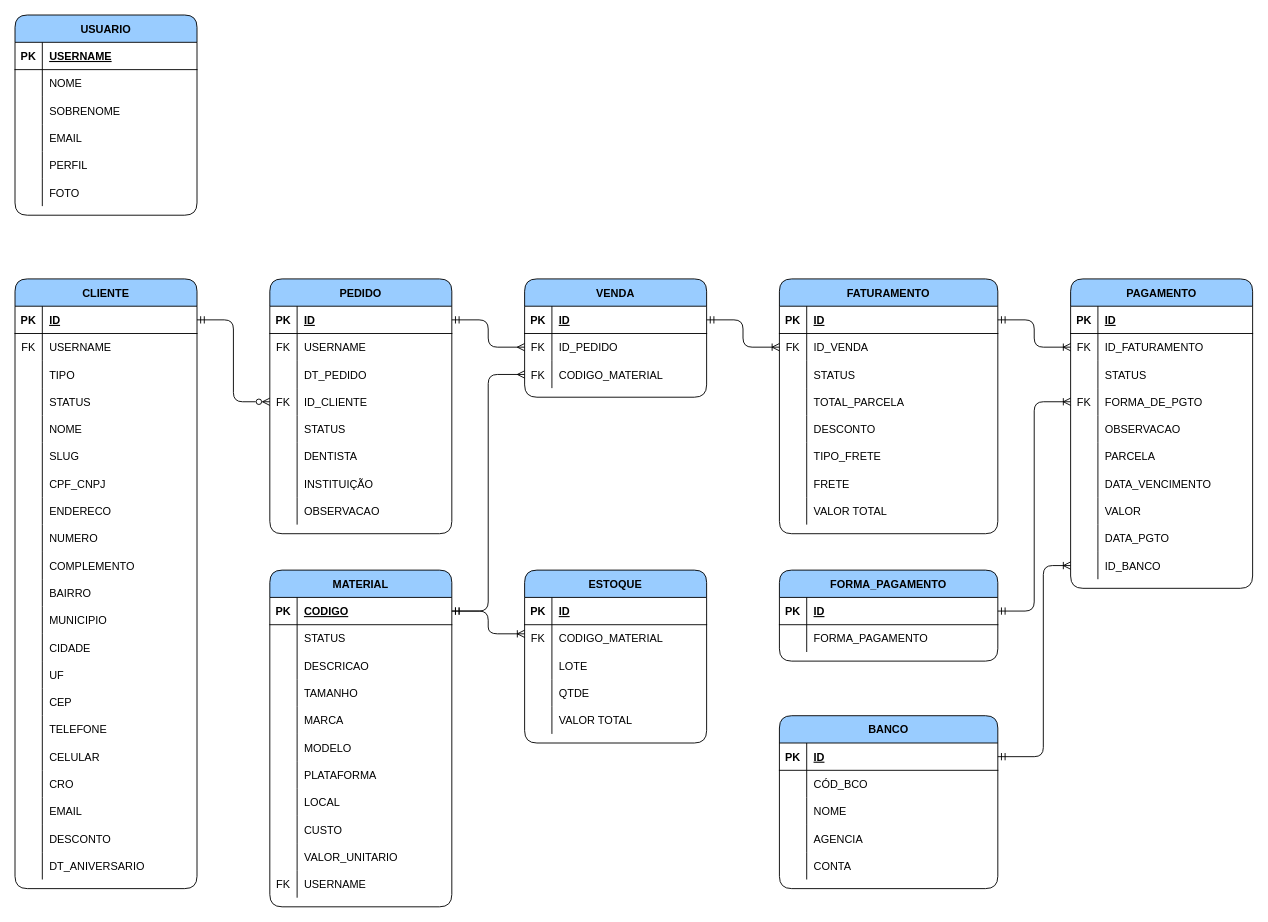
This is page "Entidade de Relacionamento" (3 of 3) of concept/concept.drawio from RenanMatias/macedo-implant-solutions, a draw.io file, before an edit. Source tidied: cells renumbered, new cells numbered last; positions are measured from the earlier drawing's top-left corner, leaving out a move shared by most shapes. Both pictures are drawn from the tidied source at 91%, with x=0, y=0 at pixel (15, 15).
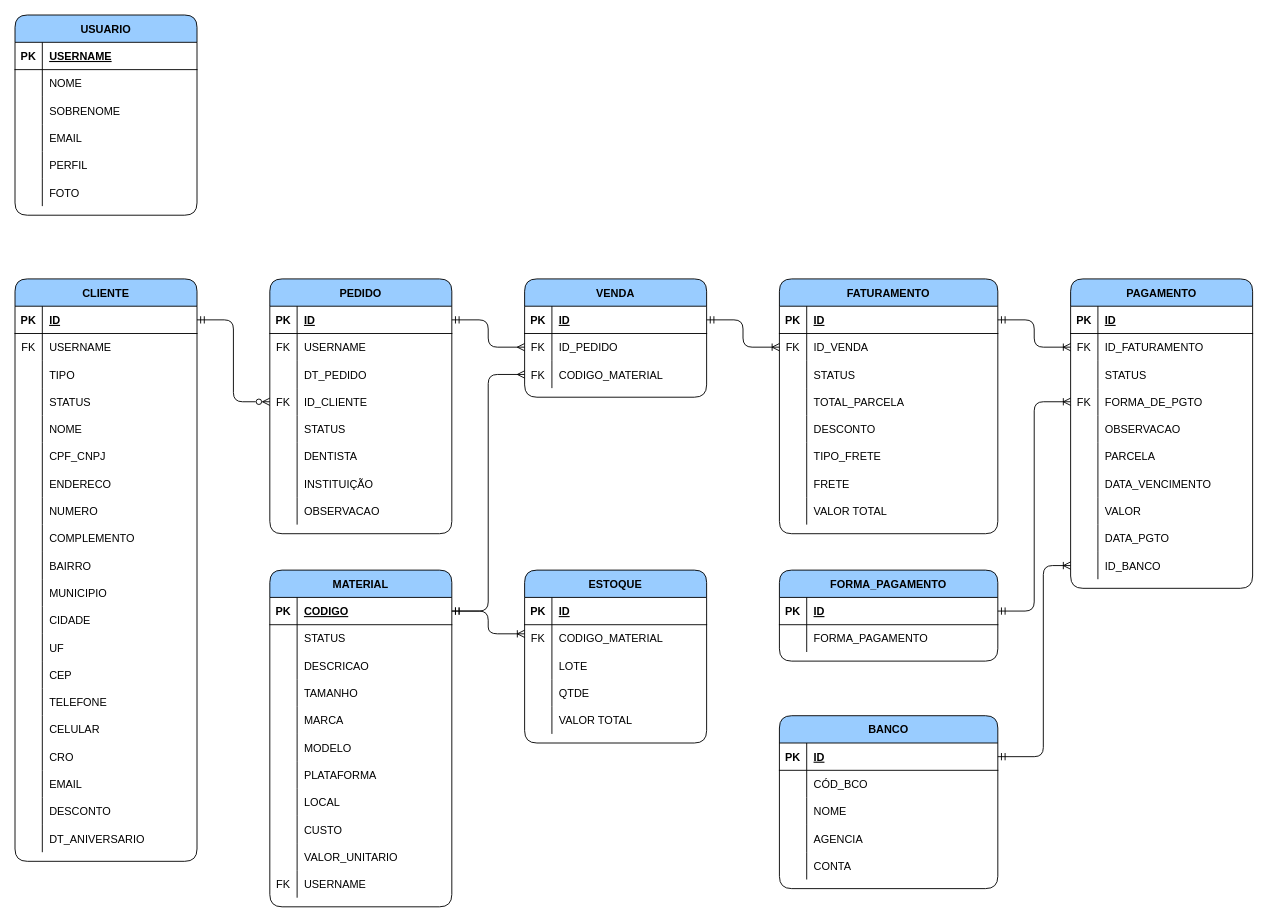
After the change.

Change to the diagram source:
```diff
@@
     <mxCell id="2" value="CLIENTE" style="shape=table;startSize=30;childLayout=tableLayout;rowLines=0;fontStyle=1;align=center;fillColor=#99CCFF;rounded=1;shadow=0;sketch=0;" parent="1" vertex="1">
-      <mxGeometry y="290" width="200" height="670" as="geometry" />
+      <mxGeometry y="290" width="200" height="640" as="geometry" />
     </mxCell>
@@
-    <mxCell id="18" style="shape=tableRow;horizontal=0;startSize=0;swimlaneHead=0;swimlaneBody=0;fillColor=none;top=0;left=0;right=0;bottom=0;" parent="2" vertex="1">
-      <mxGeometry y="180" width="200" height="30" as="geometry" />
-    </mxCell>
-    <mxCell id="19" style="shape=partialRectangle;fillColor=none;top=0;left=0;bottom=0;right=0;overflow=hidden;" parent="18" vertex="1">
-      <mxGeometry width="30" height="30" as="geometry" />
-    </mxCell>
-    <mxCell id="20" value="SLUG" style="shape=partialRectangle;fillColor=none;top=0;left=0;bottom=0;right=0;align=left;spacingLeft=6;overflow=hidden;" parent="18" vertex="1">
-      <mxGeometry x="30" width="170" height="30" as="geometry" />
-    </mxCell>
     <mxCell id="21" style="shape=tableRow;horizontal=0;startSize=0;swimlaneHead=0;swimlaneBody=0;fillColor=none;top=0;left=0;right=0;bottom=0;" parent="2" vertex="1">
-      <mxGeometry y="210" width="200" height="30" as="geometry" />
+      <mxGeometry y="180" width="200" height="30" as="geometry" />
     </mxCell>
@@
     <mxCell id="24" style="shape=tableRow;horizontal=0;startSize=0;swimlaneHead=0;swimlaneBody=0;fillColor=none;top=0;left=0;right=0;bottom=0;" parent="2" vertex="1">
-      <mxGeometry y="240" width="200" height="30" as="geometry" />
+      <mxGeometry y="210" width="200" height="30" as="geometry" />
     </mxCell>
@@
     <mxCell id="27" style="shape=tableRow;horizontal=0;startSize=0;swimlaneHead=0;swimlaneBody=0;fillColor=none;top=0;left=0;right=0;bottom=0;" parent="2" vertex="1">
-      <mxGeometry y="270" width="200" height="30" as="geometry" />
+      <mxGeometry y="240" width="200" height="30" as="geometry" />
     </mxCell>
@@
     <mxCell id="30" style="shape=tableRow;horizontal=0;startSize=0;swimlaneHead=0;swimlaneBody=0;fillColor=none;top=0;left=0;right=0;bottom=0;" parent="2" vertex="1">
-      <mxGeometry y="300" width="200" height="30" as="geometry" />
+      <mxGeometry y="270" width="200" height="30" as="geometry" />
     </mxCell>
@@
     <mxCell id="33" style="shape=tableRow;horizontal=0;startSize=0;swimlaneHead=0;swimlaneBody=0;fillColor=none;top=0;left=0;right=0;bottom=0;" parent="2" vertex="1">
-      <mxGeometry y="330" width="200" height="30" as="geometry" />
+      <mxGeometry y="300" width="200" height="30" as="geometry" />
     </mxCell>
@@
     <mxCell id="36" style="shape=tableRow;horizontal=0;startSize=0;swimlaneHead=0;swimlaneBody=0;fillColor=none;top=0;left=0;right=0;bottom=0;" parent="2" vertex="1">
-      <mxGeometry y="360" width="200" height="30" as="geometry" />
+      <mxGeometry y="330" width="200" height="30" as="geometry" />
     </mxCell>
@@
     <mxCell id="39" style="shape=tableRow;horizontal=0;startSize=0;swimlaneHead=0;swimlaneBody=0;fillColor=none;top=0;left=0;right=0;bottom=0;" parent="2" vertex="1">
-      <mxGeometry y="390" width="200" height="30" as="geometry" />
+      <mxGeometry y="360" width="200" height="30" as="geometry" />
     </mxCell>
@@
     <mxCell id="42" style="shape=tableRow;horizontal=0;startSize=0;swimlaneHead=0;swimlaneBody=0;fillColor=none;top=0;left=0;right=0;bottom=0;" parent="2" vertex="1">
-      <mxGeometry y="420" width="200" height="30" as="geometry" />
+      <mxGeometry y="390" width="200" height="30" as="geometry" />
     </mxCell>
@@
     <mxCell id="45" style="shape=tableRow;horizontal=0;startSize=0;swimlaneHead=0;swimlaneBody=0;fillColor=none;top=0;left=0;right=0;bottom=0;" parent="2" vertex="1">
-      <mxGeometry y="450" width="200" height="30" as="geometry" />
+      <mxGeometry y="420" width="200" height="30" as="geometry" />
     </mxCell>
@@
     <mxCell id="48" style="shape=tableRow;horizontal=0;startSize=0;swimlaneHead=0;swimlaneBody=0;fillColor=none;top=0;left=0;right=0;bottom=0;" parent="2" vertex="1">
-      <mxGeometry y="480" width="200" height="30" as="geometry" />
+      <mxGeometry y="450" width="200" height="30" as="geometry" />
     </mxCell>
@@
     <mxCell id="51" style="shape=tableRow;horizontal=0;startSize=0;swimlaneHead=0;swimlaneBody=0;fillColor=none;top=0;left=0;right=0;bottom=0;" parent="2" vertex="1">
-      <mxGeometry y="510" width="200" height="30" as="geometry" />
+      <mxGeometry y="480" width="200" height="30" as="geometry" />
     </mxCell>
@@
     <mxCell id="54" style="shape=tableRow;horizontal=0;startSize=0;swimlaneHead=0;swimlaneBody=0;fillColor=none;top=0;left=0;right=0;bottom=0;" parent="2" vertex="1">
-      <mxGeometry y="540" width="200" height="30" as="geometry" />
+      <mxGeometry y="510" width="200" height="30" as="geometry" />
     </mxCell>
@@
     <mxCell id="57" style="shape=tableRow;horizontal=0;startSize=0;swimlaneHead=0;swimlaneBody=0;fillColor=none;top=0;left=0;right=0;bottom=0;" parent="2" vertex="1">
-      <mxGeometry y="570" width="200" height="30" as="geometry" />
+      <mxGeometry y="540" width="200" height="30" as="geometry" />
     </mxCell>
@@
     <mxCell id="60" style="shape=tableRow;horizontal=0;startSize=0;swimlaneHead=0;swimlaneBody=0;fillColor=none;top=0;left=0;right=0;bottom=0;" parent="2" vertex="1">
-      <mxGeometry y="600" width="200" height="30" as="geometry" />
+      <mxGeometry y="570" width="200" height="30" as="geometry" />
     </mxCell>
@@
     <mxCell id="63" style="shape=tableRow;horizontal=0;startSize=0;swimlaneHead=0;swimlaneBody=0;fillColor=none;top=0;left=0;right=0;bottom=0;" parent="2" vertex="1">
-      <mxGeometry y="630" width="200" height="30" as="geometry" />
+      <mxGeometry y="600" width="200" height="30" as="geometry" />
     </mxCell>
```
